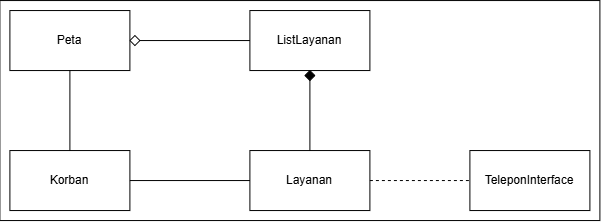
Above: docs/M4/assets/diagram/diagram-kelas-uc04.png in chrishengun123/IF2150-RPL-K02-G10 (draw.io), before the change. Source tidied: cells renumbered, new cells last; positions are measured from the earlier drawing's top-left corner, leaving out a move shared by most shapes.
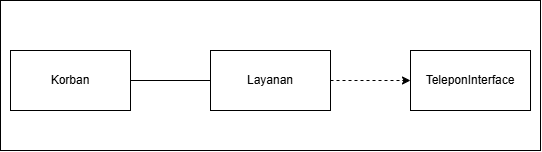
After the change.

Commit message:
docs: change class diagram for 4.2.4

Change to the diagram source:
```diff
@@ -2,50 +2,23 @@
   <root>
     <mxCell id="0" />
     <mxCell id="1" parent="0" />
-    <mxCell id="2" style="rounded=0;whiteSpace=wrap;html=1;" parent="1" vertex="1">
-      <mxGeometry width="600" height="220" as="geometry" />
-    </mxCell>
+    <mxCell id="17" style="rounded=0;whiteSpace=wrap;html=1;" parent="1" vertex="1">
+      <mxGeometry x="70" y="100" width="540" height="150" as="geometry" />
+    </mxCell>
     <mxCell id="3" value="Korban" style="rounded=0;whiteSpace=wrap;html=1;" parent="1" vertex="1">
-      <mxGeometry x="10" y="150" width="120" height="60" as="geometry" />
+      <mxGeometry x="80" y="150" width="120" height="60" as="geometry" />
     </mxCell>
-    <mxCell id="4" value="Peta" style="rounded=0;whiteSpace=wrap;html=1;" parent="1" vertex="1">
-      <mxGeometry x="10" y="10" width="120" height="60" as="geometry" />
-    </mxCell>
+    <mxCell id="8" style="edgeStyle=orthogonalEdgeStyle;rounded=0;jettySize=auto;html=1;dashed=1;" parent="1" edge="1" source="5" target="7">
+      <mxGeometry relative="1" as="geometry" />
+    </mxCell>
     <mxCell id="5" value="Layanan" style="rounded=0;whiteSpace=wrap;html=1;" parent="1" vertex="1">
-      <mxGeometry x="250" y="150" width="120" height="60" as="geometry" />
+      <mxGeometry x="280" y="150" width="120" height="60" as="geometry" />
     </mxCell>
-    <mxCell id="6" value="ListLayanan" style="rounded=0;whiteSpace=wrap;html=1;" parent="1" vertex="1">
-      <mxGeometry x="250" y="10" width="120" height="60" as="geometry" />
-    </mxCell>
     <mxCell id="7" value="TeleponInterface" style="rounded=0;whiteSpace=wrap;html=1;" parent="1" vertex="1">
-      <mxGeometry x="470" y="150" width="120" height="60" as="geometry" />
+      <mxGeometry x="480" y="150" width="120" height="60" as="geometry" />
     </mxCell>
-    <mxCell id="8" style="endArrow=none;dashed=1;html=1;rounded=0;exitX=1;exitY=0.5;exitDx=0;exitDy=0;" parent="1" edge="1" source="5" target="7">
-      <mxGeometry relative="1" as="geometry" />
-    </mxCell>
     <mxCell id="9" style="endArrow=none;html=1;rounded=0;exitX=1;exitY=0.5;exitDx=0;exitDy=0;entryX=0;entryY=0.5;entryDx=0;entryDy=0;" parent="1" edge="1" source="3" target="5">
       <mxGeometry relative="1" as="geometry" />
     </mxCell>
-    <mxCell id="10" style="endArrow=none;html=1;rounded=0;entryX=0.5;entryY=1;entryDx=0;entryDy=0;" parent="1" edge="1" source="3" target="4">
-      <mxGeometry relative="1" as="geometry" />
-    </mxCell>
-    <mxCell id="11" style="endArrow=none;html=1;rounded=0;exitX=0.5;exitY=0;exitDx=0;exitDy=0;entryX=0.5;entryY=1;entryDx=0;entryDy=0;" parent="1" edge="1" source="13" target="6">
-      <mxGeometry relative="1" as="geometry" />
-    </mxCell>
-    <mxCell id="12" style="endArrow=none;html=1;rounded=0;exitX=0.5;exitY=0;exitDx=0;exitDy=0;entryX=0.5;entryY=1;entryDx=0;entryDy=0;" parent="1" edge="1" source="5" target="13">
-      <mxGeometry relative="1" as="geometry" />
-    </mxCell>
-    <mxCell id="13" style="rhombus;whiteSpace=wrap;html=1;shapeInside=1;labelBackgroundColor=none;gradientColor=none;fillColor=light-dark(#000000,#000000);fillStyle=solid;" parent="1" vertex="1">
-      <mxGeometry x="305" y="70" width="10" height="10" as="geometry" />
-    </mxCell>
-    <mxCell id="14" style="endArrow=none;html=1;rounded=0;exitX=1;exitY=0.5;exitDx=0;exitDy=0;entryX=0;entryY=0.5;entryDx=0;entryDy=0;" parent="1" edge="1" source="16" target="6">
-      <mxGeometry relative="1" as="geometry" />
-    </mxCell>
-    <mxCell id="15" style="endArrow=none;html=1;rounded=0;exitX=1;exitY=0.5;exitDx=0;exitDy=0;entryX=0;entryY=0.5;entryDx=0;entryDy=0;" parent="1" edge="1" source="4" target="16">
-      <mxGeometry relative="1" as="geometry" />
-    </mxCell>
-    <mxCell id="16" style="rhombus;whiteSpace=wrap;html=1;shapeInside=1;" parent="1" vertex="1">
-      <mxGeometry x="130" y="35" width="10" height="10" as="geometry" />
-    </mxCell>
   </root>
 </mxGraphModel>
```
